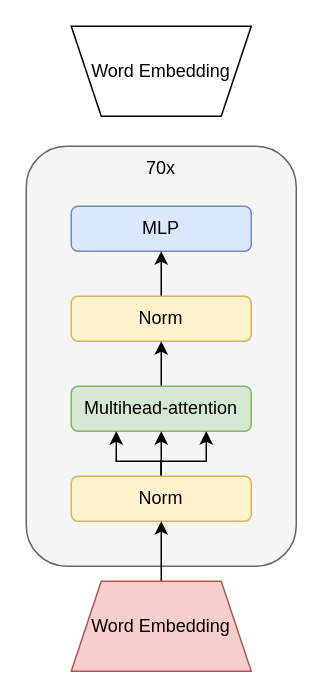
Above: 未命名绘图.drawio in ZhangHammer/ZhangHammer (draw.io), before the change. Source tidied: cells renumbered, new cells numbered last; positions are measured from the earlier drawing's top-left corner, leaving out a move shared by most shapes. Both pictures are drawn from the tidied source at 150%, with x=0, y=0 at pixel (26, 26).
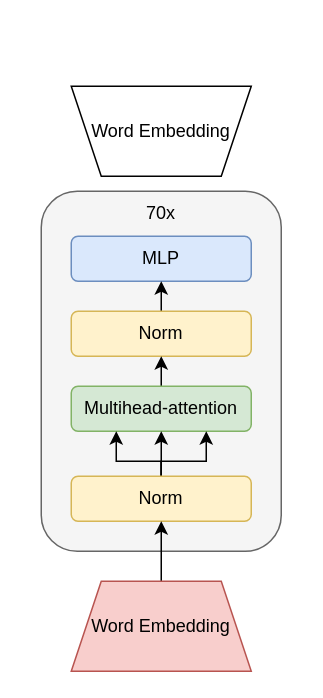
After the change.

Change to the diagram source:
```diff
@@
     <mxCell id="2" style="rounded=1;whiteSpace=wrap;html=1;fillColor=#f5f5f5;fontColor=#333333;strokeColor=#666666;" parent="1" vertex="1">
-      <mxGeometry y="80" width="180" height="280" as="geometry" />
+      <mxGeometry x="10" y="110" width="160" height="240" as="geometry" />
     </mxCell>
     <mxCell id="3" value="MLP" style="rounded=1;whiteSpace=wrap;html=1;fillColor=#dae8fc;strokeColor=#6c8ebf;" parent="1" vertex="1">
-      <mxGeometry x="30" y="120" width="120" height="30" as="geometry" />
+      <mxGeometry x="30" y="140" width="120" height="30" as="geometry" />
     </mxCell>
@@
     <mxCell id="5" value="Norm" style="rounded=1;whiteSpace=wrap;html=1;fillColor=#fff2cc;strokeColor=#d6b656;" parent="1" vertex="1">
-      <mxGeometry x="30" y="180" width="120" height="30" as="geometry" />
+      <mxGeometry x="30" y="190" width="120" height="30" as="geometry" />
     </mxCell>
@@
     <mxCell id="14" value="70x" style="text;html=1;strokeColor=none;fillColor=none;align=center;verticalAlign=middle;whiteSpace=wrap;rounded=0;" parent="1" vertex="1">
-      <mxGeometry x="60" y="80" width="60" height="30" as="geometry" />
+      <mxGeometry x="60" y="110" width="60" height="30" as="geometry" />
     </mxCell>
-    <mxCell id="15" style="shape=trapezoid;perimeter=trapezoidPerimeter;whiteSpace=wrap;html=1;fixedSize=1;rotation=-180;" parent="1" vertex="1">
-      <mxGeometry x="30" width="120" height="60" as="geometry" />
-    </mxCell>
+    <mxCell id="17" style="shape=trapezoid;perimeter=trapezoidPerimeter;whiteSpace=wrap;html=1;fixedSize=1;rotation=-180;" parent="1" vertex="1">
+      <mxGeometry x="30" y="40" width="120" height="60" as="geometry" />
+    </mxCell>
     <mxCell id="16" value="Word Embedding" style="text;html=1;strokeColor=none;fillColor=none;align=center;verticalAlign=middle;whiteSpace=wrap;rounded=0;" parent="1" vertex="1">
-      <mxGeometry x="30" y="15" width="120" height="30" as="geometry" />
+      <mxGeometry x="40" y="55" width="100" height="30" as="geometry" />
     </mxCell>
```
